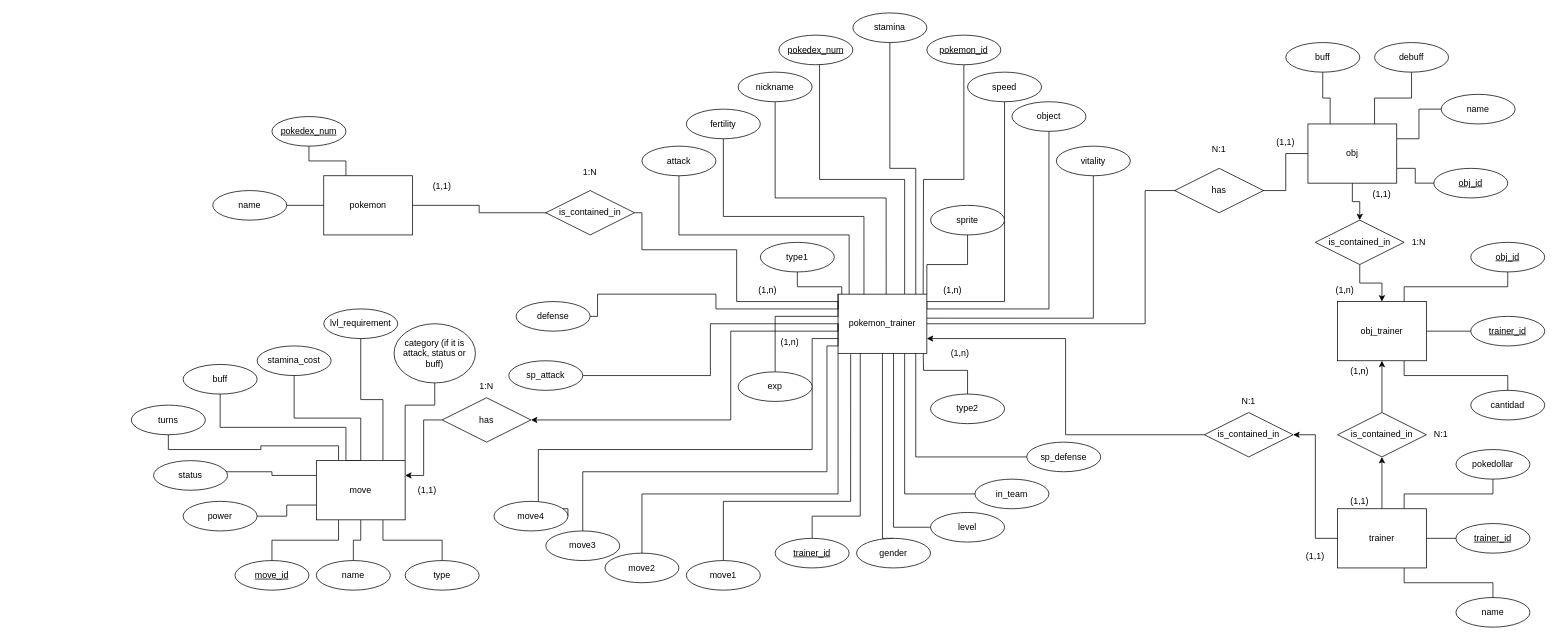
GabriLoren/Pokemon keeps this draw.io diagram as bd/Diagramas/Entidad-Relacion-Pokemon.drawio. Above is the earlier version. Source tidied: cells renumbered, new cells numbered last; positions are measured from the earlier drawing's top-left corner, leaving out a move shared by most shapes. Both pictures are drawn from the tidied source at 74%, with x=0, y=0 at pixel (131, 13).
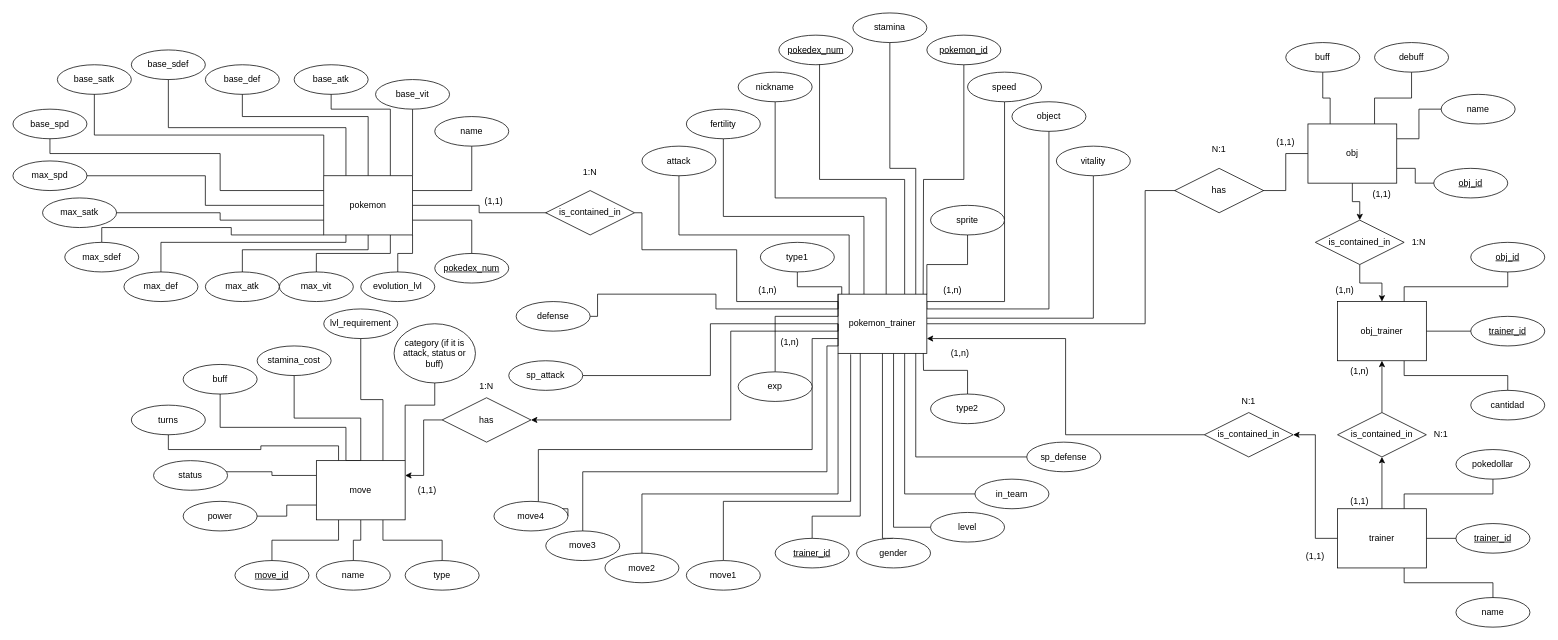
Above is the later version.

Commit message (it also covers changes not shown here):
Cambios diagrama E/R

Unchanged cells that the change refers to:
```xml
<mxCell id="5" value="pokemon" style="whiteSpace=wrap;html=1;align=center;" parent="1" vertex="1">
  <mxGeometry x="260" y="220" width="120" height="80" as="geometry" />
</mxCell>
<mxCell id="101" value="is_contained_in" style="shape=rhombus;perimeter=rhombusPerimeter;whiteSpace=wrap;html=1;align=center;" parent="1" vertex="1">
  <mxGeometry x="560" y="240" width="120" height="60" as="geometry" />
</mxCell>
```

Diff of the diagram source:
```diff
@@
+    <mxCell id="4" style="edgeStyle=orthogonalEdgeStyle;rounded=0;jettySize=auto;html=1;exitX=1;exitY=0.5;exitDx=0;exitDy=0;entryX=0.667;entryY=0.5;entryDx=0;entryDy=0;entryPerimeter=0;" parent="1" edge="1" source="5" target="101">
+      <mxGeometry relative="1" as="geometry" />
+    </mxCell>
+    <mxCell id="3" style="edgeStyle=orthogonalEdgeStyle;rounded=0;jettySize=auto;html=1;exitX=1;exitY=0.75;exitDx=0;exitDy=0;entryX=0.5;entryY=0.75;entryDx=0;entryDy=0;entryPerimeter=0;" parent="1" edge="1" source="5" target="6">
+      <mxGeometry relative="1" as="geometry" />
+    </mxCell>
-    <mxCell id="2" style="edgeStyle=orthogonalEdgeStyle;rounded=0;jettySize=auto;html=1;exitX=0;exitY=0.5;exitDx=0;exitDy=0;entryX=0.7;entryY=0.5;entryDx=0;entryDy=0;entryPerimeter=0;" parent="1" edge="1" source="5" target="7">
+    <mxCell id="2" style="edgeStyle=orthogonalEdgeStyle;rounded=0;jettySize=auto;html=1;exitX=1;exitY=0.25;exitDx=0;exitDy=0;entryX=0.5;entryY=0.5;entryDx=0;entryDy=0;entryPerimeter=0;" parent="1" edge="1" source="5" target="7">
       <mxGeometry relative="1" as="geometry" />
     </mxCell>
-    <mxCell id="3" style="edgeStyle=orthogonalEdgeStyle;rounded=0;jettySize=auto;html=1;exitX=0.25;exitY=0;exitDx=0;exitDy=0;entryX=0.5;entryY=0.5;entryDx=0;entryDy=0;entryPerimeter=0;" parent="1" edge="1" source="5" target="6">
-      <mxGeometry relative="1" as="geometry" />
-    </mxCell>
-    <mxCell id="4" style="edgeStyle=orthogonalEdgeStyle;rounded=0;jettySize=auto;html=1;exitX=1;exitY=0.5;exitDx=0;exitDy=0;entryX=0.667;entryY=0.5;entryDx=0;entryDy=0;entryPerimeter=0;" parent="1" edge="1" source="5" target="101">
-      <mxGeometry relative="1" as="geometry" />
-    </mxCell>
+    <mxCell id="136" style="edgeStyle=orthogonalEdgeStyle;rounded=0;jettySize=auto;html=1;exitX=1;exitY=0;exitDx=0;exitDy=0;entryX=0.5;entryY=0.5;entryDx=0;entryDy=0;entryPerimeter=0;" parent="1" edge="1" source="5" target="150">
+      <mxGeometry relative="1" as="geometry" />
+    </mxCell>
+    <mxCell id="137" style="edgeStyle=orthogonalEdgeStyle;rounded=0;jettySize=auto;html=1;exitX=1;exitY=1;exitDx=0;exitDy=0;entryX=0.5;entryY=0.5;entryDx=0;entryDy=0;entryPerimeter=0;" parent="1" edge="1" source="5" target="149">
+      <mxGeometry relative="1" as="geometry" />
+    </mxCell>
+    <mxCell id="138" style="edgeStyle=orthogonalEdgeStyle;rounded=0;jettySize=auto;html=1;exitX=0.75;exitY=1;exitDx=0;exitDy=0;entryX=0.5;entryY=0.5;entryDx=0;entryDy=0;entryPerimeter=0;" parent="1" edge="1" source="5" target="156">
+      <mxGeometry relative="1" as="geometry" />
+    </mxCell>
+    <mxCell id="139" style="edgeStyle=orthogonalEdgeStyle;rounded=0;jettySize=auto;html=1;exitX=0.5;exitY=1;exitDx=0;exitDy=0;entryX=0.5;entryY=0.5;entryDx=0;entryDy=0;entryPerimeter=0;" parent="1" edge="1" source="5" target="157">
+      <mxGeometry relative="1" as="geometry">
+        <Array as="points">
+          <mxPoint x="320" y="320" />
+          <mxPoint x="150" y="320" />
+        </Array>
+      </mxGeometry>
+    </mxCell>
+    <mxCell id="140" style="edgeStyle=orthogonalEdgeStyle;rounded=0;jettySize=auto;html=1;exitX=0.25;exitY=1;exitDx=0;exitDy=0;entryX=0.5;entryY=0.5;entryDx=0;entryDy=0;entryPerimeter=0;" parent="1" edge="1" source="5" target="158">
+      <mxGeometry relative="1" as="geometry">
+        <Array as="points">
+          <mxPoint x="290" y="310" />
+          <mxPoint x="40" y="310" />
+        </Array>
+      </mxGeometry>
+    </mxCell>
+    <mxCell id="141" style="edgeStyle=orthogonalEdgeStyle;rounded=0;jettySize=auto;html=1;exitX=0;exitY=1;exitDx=0;exitDy=0;entryX=0.5;entryY=0.75;entryDx=0;entryDy=0;entryPerimeter=0;" parent="1" edge="1" source="5" target="159">
+      <mxGeometry relative="1" as="geometry">
+        <Array as="points">
+          <mxPoint x="135" y="300" />
+          <mxPoint x="135" y="290" />
+          <mxPoint x="-40" y="290" />
+        </Array>
+      </mxGeometry>
+    </mxCell>
+    <mxCell id="142" style="edgeStyle=orthogonalEdgeStyle;rounded=0;jettySize=auto;html=1;exitX=0;exitY=0.75;exitDx=0;exitDy=0;entryX=0.7;entryY=0.5;entryDx=0;entryDy=0;entryPerimeter=0;" parent="1" edge="1" source="5" target="160">
+      <mxGeometry relative="1" as="geometry" />
+    </mxCell>
+    <mxCell id="143" style="edgeStyle=orthogonalEdgeStyle;rounded=0;jettySize=auto;html=1;exitX=0;exitY=0.5;exitDx=0;exitDy=0;entryX=0.8;entryY=0.5;entryDx=0;entryDy=0;entryPerimeter=0;" parent="1" edge="1" source="5" target="161">
+      <mxGeometry relative="1" as="geometry" />
+    </mxCell>
+    <mxCell id="144" style="edgeStyle=orthogonalEdgeStyle;rounded=0;jettySize=auto;html=1;exitX=0;exitY=0.25;exitDx=0;exitDy=0;entryX=0.5;entryY=0.25;entryDx=0;entryDy=0;entryPerimeter=0;" parent="1" edge="1" source="5" target="155">
+      <mxGeometry relative="1" as="geometry">
+        <Array as="points">
+          <mxPoint x="120" y="240" />
+          <mxPoint x="120" y="190" />
+          <mxPoint x="-110" y="190" />
+        </Array>
+      </mxGeometry>
+    </mxCell>
+    <mxCell id="145" style="edgeStyle=orthogonalEdgeStyle;rounded=0;jettySize=auto;html=1;exitX=0;exitY=0;exitDx=0;exitDy=0;entryX=0.5;entryY=0.25;entryDx=0;entryDy=0;entryPerimeter=0;" parent="1" edge="1" source="5" target="154">
+      <mxGeometry relative="1" as="geometry" />
+    </mxCell>
+    <mxCell id="146" style="edgeStyle=orthogonalEdgeStyle;rounded=0;jettySize=auto;html=1;exitX=0.25;exitY=0;exitDx=0;exitDy=0;entryX=0.5;entryY=0.5;entryDx=0;entryDy=0;entryPerimeter=0;" parent="1" edge="1" source="5" target="153">
+      <mxGeometry relative="1" as="geometry" />
+    </mxCell>
+    <mxCell id="147" style="edgeStyle=orthogonalEdgeStyle;rounded=0;jettySize=auto;html=1;exitX=0.5;exitY=0;exitDx=0;exitDy=0;entryX=0.5;entryY=0.5;entryDx=0;entryDy=0;entryPerimeter=0;" parent="1" edge="1" source="5" target="152">
+      <mxGeometry relative="1" as="geometry">
+        <Array as="points">
+          <mxPoint x="320" y="140" />
+          <mxPoint x="150" y="140" />
+        </Array>
+      </mxGeometry>
+    </mxCell>
+    <mxCell id="148" style="edgeStyle=orthogonalEdgeStyle;rounded=0;jettySize=auto;html=1;exitX=0.75;exitY=0;exitDx=0;exitDy=0;entryX=0.5;entryY=0.25;entryDx=0;entryDy=0;entryPerimeter=0;" parent="1" edge="1" source="5" target="151">
+      <mxGeometry relative="1" as="geometry">
+        <Array as="points">
+          <mxPoint x="350" y="130" />
+          <mxPoint x="270" y="130" />
+        </Array>
+      </mxGeometry>
+    </mxCell>
@@
     <mxCell id="6" value="pokedex_num" style="ellipse;whiteSpace=wrap;html=1;align=center;fontStyle=4;" parent="1" vertex="1">
-      <mxGeometry x="190" y="140" width="100" height="40" as="geometry" />
+      <mxGeometry x="410" y="325" width="100" height="40" as="geometry" />
     </mxCell>
     <mxCell id="7" value="name" style="ellipse;whiteSpace=wrap;html=1;align=center;" parent="1" vertex="1">
-      <mxGeometry x="110" y="240" width="100" height="40" as="geometry" />
+      <mxGeometry x="410" y="140" width="100" height="40" as="geometry" />
     </mxCell>
@@
     <mxCell id="111" value="(1,1)" style="text;html=1;strokeColor=none;fillColor=none;align=center;verticalAlign=middle;whiteSpace=wrap;rounded=0;" parent="1" vertex="1">
-      <mxGeometry x="390" y="220" width="60" height="30" as="geometry" />
+      <mxGeometry x="460" y="240" width="60" height="30" as="geometry" />
     </mxCell>
@@
+    <mxCell id="149" value="evolution_lvl" style="ellipse;whiteSpace=wrap;html=1;align=center;" parent="1" vertex="1">
+      <mxGeometry x="310" y="350" width="100" height="40" as="geometry" />
+    </mxCell>
+    <mxCell id="150" value="base_vit" style="ellipse;whiteSpace=wrap;html=1;align=center;" parent="1" vertex="1">
+      <mxGeometry x="330" y="90" width="100" height="40" as="geometry" />
+    </mxCell>
+    <mxCell id="151" value="base_atk" style="ellipse;whiteSpace=wrap;html=1;align=center;" parent="1" vertex="1">
+      <mxGeometry x="220" y="70" width="100" height="40" as="geometry" />
+    </mxCell>
+    <mxCell id="152" value="base_def" style="ellipse;whiteSpace=wrap;html=1;align=center;" parent="1" vertex="1">
+      <mxGeometry x="100" y="70" width="100" height="40" as="geometry" />
+    </mxCell>
+    <mxCell id="153" value="base_sdef" style="ellipse;whiteSpace=wrap;html=1;align=center;" parent="1" vertex="1">
+      <mxGeometry y="50" width="100" height="40" as="geometry" />
+    </mxCell>
+    <mxCell id="154" value="base_satk" style="ellipse;whiteSpace=wrap;html=1;align=center;" parent="1" vertex="1">
+      <mxGeometry x="-100" y="70" width="100" height="40" as="geometry" />
+    </mxCell>
+    <mxCell id="155" value="base_spd" style="ellipse;whiteSpace=wrap;html=1;align=center;" parent="1" vertex="1">
+      <mxGeometry x="-160" y="130" width="100" height="40" as="geometry" />
+    </mxCell>
+    <mxCell id="156" value="max_vit" style="ellipse;whiteSpace=wrap;html=1;align=center;" parent="1" vertex="1">
+      <mxGeometry x="200" y="350" width="100" height="40" as="geometry" />
+    </mxCell>
+    <mxCell id="157" value="max_atk" style="ellipse;whiteSpace=wrap;html=1;align=center;" parent="1" vertex="1">
+      <mxGeometry x="100" y="350" width="100" height="40" as="geometry" />
+    </mxCell>
+    <mxCell id="158" value="max_def" style="ellipse;whiteSpace=wrap;html=1;align=center;" parent="1" vertex="1">
+      <mxGeometry x="-10" y="350" width="100" height="40" as="geometry" />
+    </mxCell>
+    <mxCell id="159" value="max_sdef" style="ellipse;whiteSpace=wrap;html=1;align=center;" parent="1" vertex="1">
+      <mxGeometry x="-90" y="310" width="100" height="40" as="geometry" />
+    </mxCell>
+    <mxCell id="160" value="max_satk" style="ellipse;whiteSpace=wrap;html=1;align=center;" parent="1" vertex="1">
+      <mxGeometry x="-120" y="250" width="100" height="40" as="geometry" />
+    </mxCell>
+    <mxCell id="161" value="max_spd" style="ellipse;whiteSpace=wrap;html=1;align=center;" parent="1" vertex="1">
+      <mxGeometry x="-160" y="200" width="100" height="40" as="geometry" />
+    </mxCell>
```
